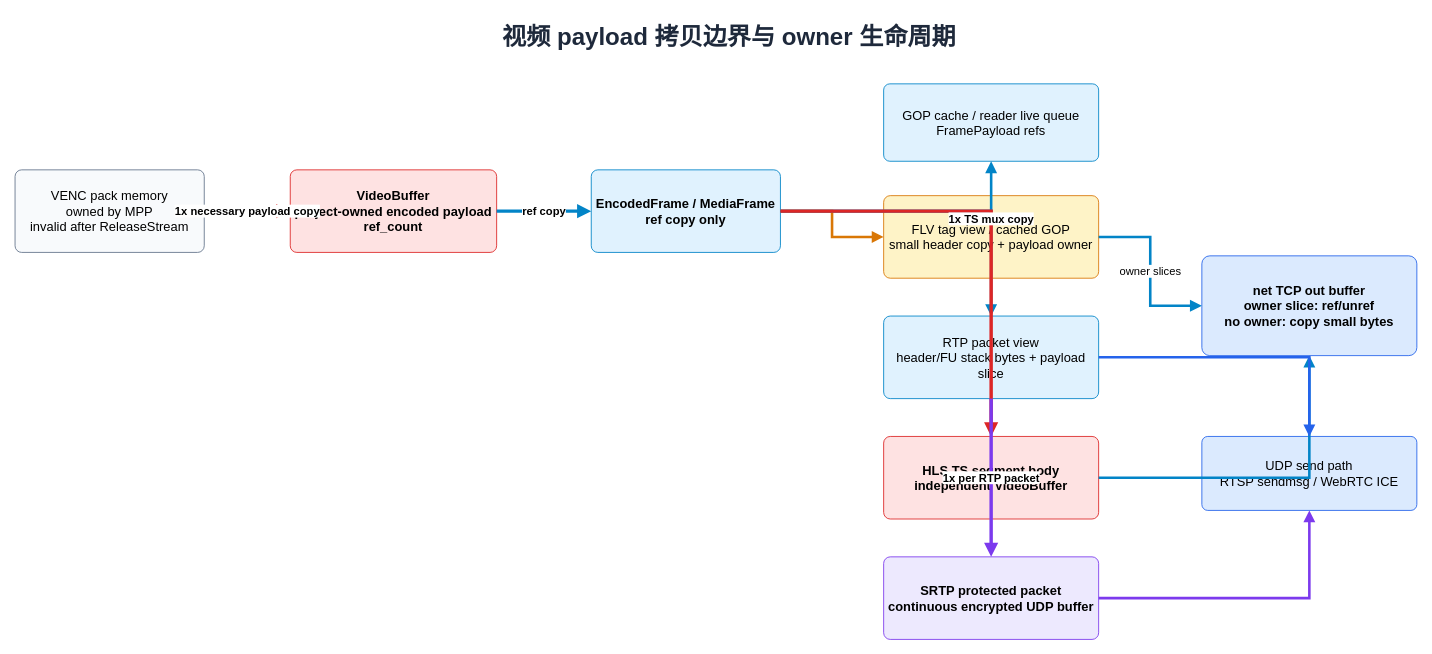
This is page "03 Copy Boundaries" (3 of 4) of docs/optimization/video-pipeline-memory.drawio from 373699756/live_stream, a draw.io file, before an edit. Source tidied: cells renumbered, new cells numbered last; positions are measured from the earlier drawing's top-left corner, leaving out a move shared by most shapes. Both pictures are drawn from the tidied source at 86%, with x=0, y=0 at pixel (15, 15).
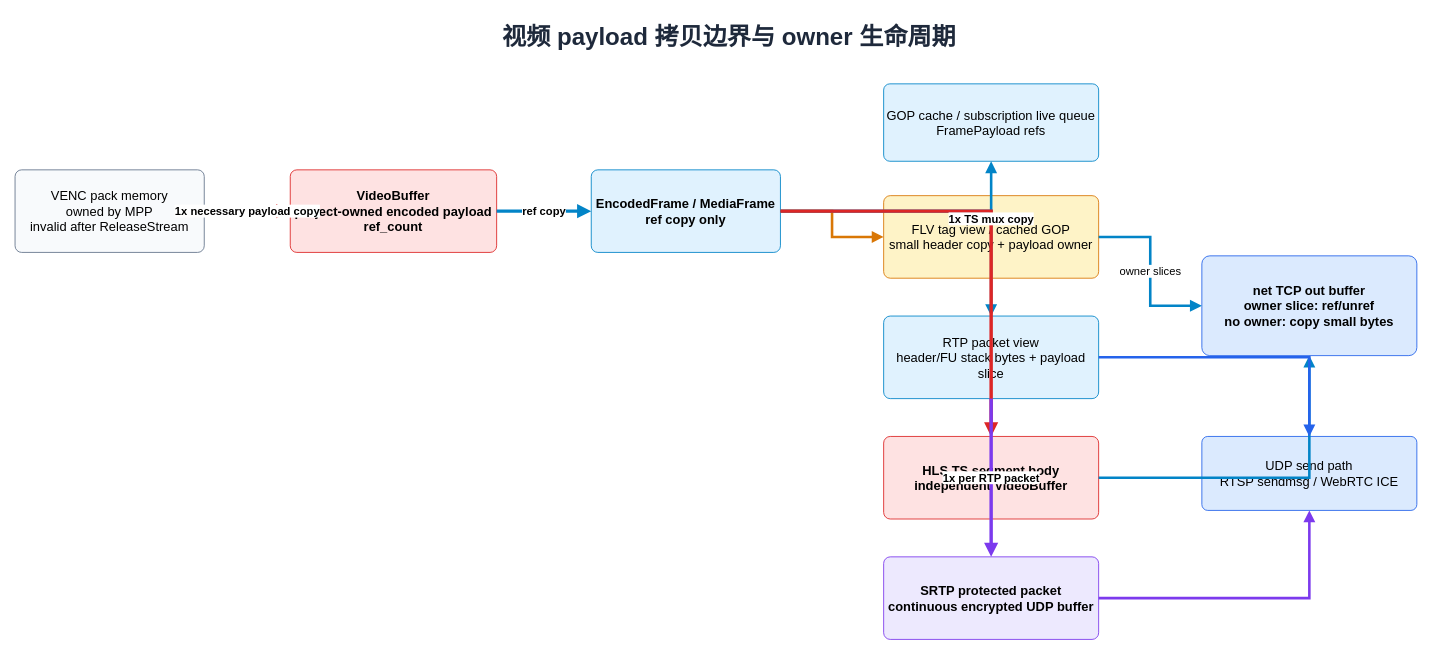
The same page after the edit.

The edit, as a diff of the source:
```diff
@@
-    <mxCell id="6" value="GOP cache / reader live queue&lt;br&gt;FramePayload refs" style="rounded=1;whiteSpace=wrap;html=1;arcSize=8;fillColor=#E0F2FE;strokeColor=#0284C7;fontSize=15;" parent="1" vertex="1">
+    <mxCell id="6" value="GOP cache / subscription live queue&lt;br&gt;FramePayload refs" style="rounded=1;whiteSpace=wrap;html=1;arcSize=8;fillColor=#E0F2FE;strokeColor=#0284C7;fontSize=15;" parent="1" vertex="1">
       <mxGeometry x="1010" y="80" width="250" height="90" as="geometry" />
     </mxCell>
```
